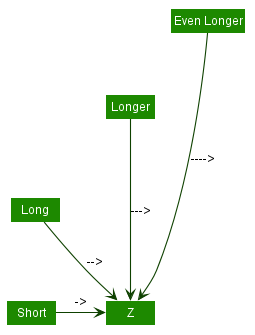
The PlantUML diagram docs/images/plantuml/ArrowLength.png in se-edu/addressbook-level4, before a commit.
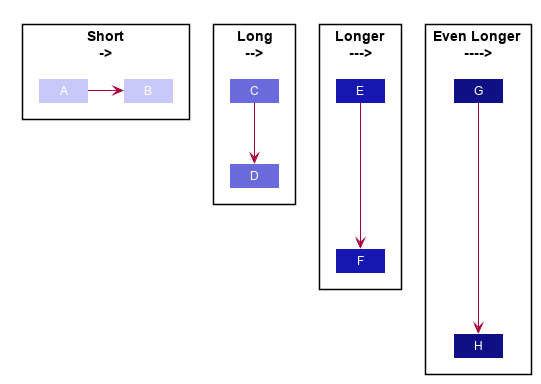
The same file after the commit.

Diff of the diagram source:
```diff
@@ -44,19 +44,28 @@
 hide footbox
 hide members
 hide circle
-skinparam arrowThickness 1.1
-skinparam arrowColor #0E4100
-skinparam classBackgroundColor #1D8900
 
-hide members
+Package "Short\n->" {
+Class A #C8C8FA
+Class B #C8C8FA
+A -> B
+}
 
-Class Short
-Class Long
-Class Longer
-Class "Even Longer" as EL
+Package "Long\n-->" {
+Class C #6A6ADC
+Class D #6A6ADC
+C --> D
+}
 
-Short -> Z : ->
-Long --> Z : -->
-Longer ---> Z : --->
-EL ----> Z : ---->
+Package "Longer\n--->" {
+Class E #1616B0
+Class F #1616B0
+E ---> F
+}
+
+Package "Even Longer\n---->" {
+Class G #101086
+Class H #101086
+G ----> H
+}
 @enduml
```
